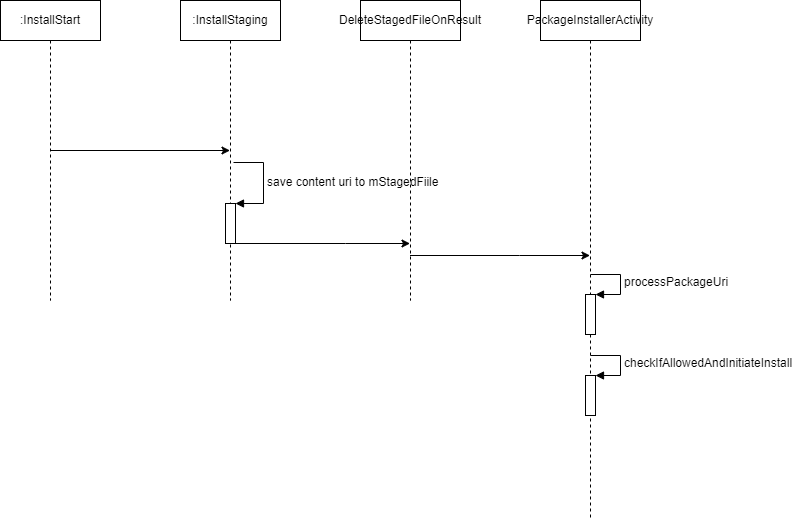
Before: res/PackageInstaller 入口.drawio.png, a diagram exported from draw.io (huanggenghg/huanggenghg). Source tidied: cells renumbered, new cells last; positions are measured from the earlier drawing's top-left corner, leaving out a move shared by most shapes.
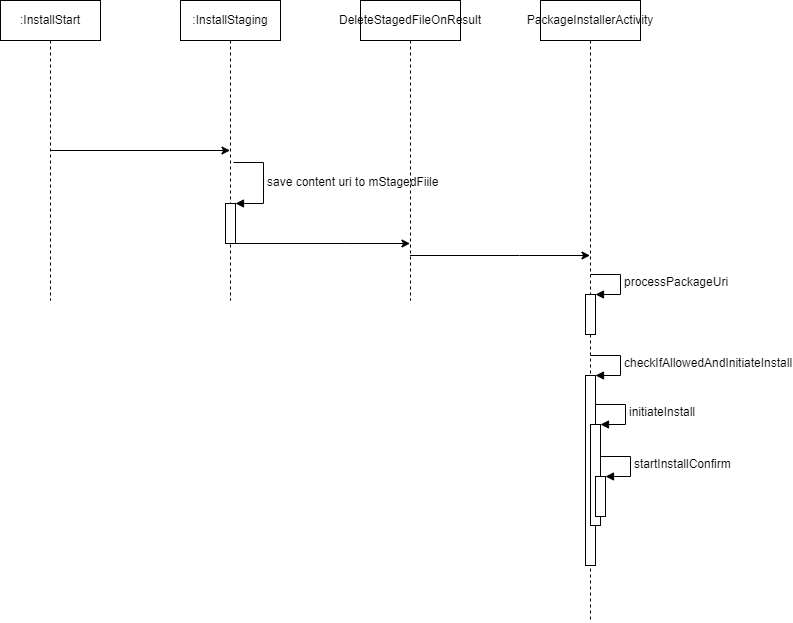
The same file after the commit.

Diff of the diagram source:
```diff
@@ -42,7 +42,7 @@
       <mxGeometry x="360" width="100" height="300" as="geometry" />
     </mxCell>
     <mxCell id="10" value="PackageInstallerActivity" style="shape=umlLifeline;perimeter=lifelinePerimeter;whiteSpace=wrap;html=1;outlineConnect=0;" parent="1" vertex="1">
-      <mxGeometry x="540" width="100" height="520" as="geometry" />
+      <mxGeometry x="540" width="100" height="622" as="geometry" />
     </mxCell>
     <mxCell id="11" style="html=1;points=[];perimeter=orthogonalPerimeter;" parent="10" vertex="1">
       <mxGeometry x="45" y="294" width="10" height="40" as="geometry" />
@@ -56,7 +56,7 @@
       </mxGeometry>
     </mxCell>
     <mxCell id="13" style="html=1;points=[];perimeter=orthogonalPerimeter;" parent="10" vertex="1">
-      <mxGeometry x="45" y="375" width="10" height="40" as="geometry" />
+      <mxGeometry x="45" y="375" width="10" height="190" as="geometry" />
     </mxCell>
     <mxCell id="14" value="checkIfAllowedAndInitiateInstall" style="edgeStyle=orthogonalEdgeStyle;html=1;align=left;spacingLeft=2;endArrow=block;rounded=0;entryX=1;entryY=0;" parent="10" edge="1" target="13">
       <mxGeometry relative="1" as="geometry">
@@ -66,5 +66,27 @@
         </Array>
       </mxGeometry>
     </mxCell>
+    <mxCell id="15" style="html=1;points=[];perimeter=orthogonalPerimeter;" parent="10" vertex="1">
+      <mxGeometry x="50" y="424" width="10" height="101" as="geometry" />
+    </mxCell>
+    <mxCell id="16" value="initiateInstall" style="edgeStyle=orthogonalEdgeStyle;html=1;align=left;spacingLeft=2;endArrow=block;rounded=0;entryX=1;entryY=0;" parent="10" edge="1" target="15">
+      <mxGeometry relative="1" as="geometry">
+        <mxPoint x="55" y="404" as="sourcePoint" />
+        <Array as="points">
+          <mxPoint x="85" y="404" />
+        </Array>
+      </mxGeometry>
+    </mxCell>
+    <mxCell id="17" style="html=1;points=[];perimeter=orthogonalPerimeter;" parent="10" vertex="1">
+      <mxGeometry x="55" y="476" width="10" height="40" as="geometry" />
+    </mxCell>
+    <mxCell id="18" value="startInstallConfirm" style="edgeStyle=orthogonalEdgeStyle;html=1;align=left;spacingLeft=2;endArrow=block;rounded=0;entryX=1;entryY=0;" parent="10" edge="1" target="17">
+      <mxGeometry relative="1" as="geometry">
+        <mxPoint x="60" y="456" as="sourcePoint" />
+        <Array as="points">
+          <mxPoint x="90" y="456" />
+        </Array>
+      </mxGeometry>
+    </mxCell>
   </root>
 </mxGraphModel>
```
